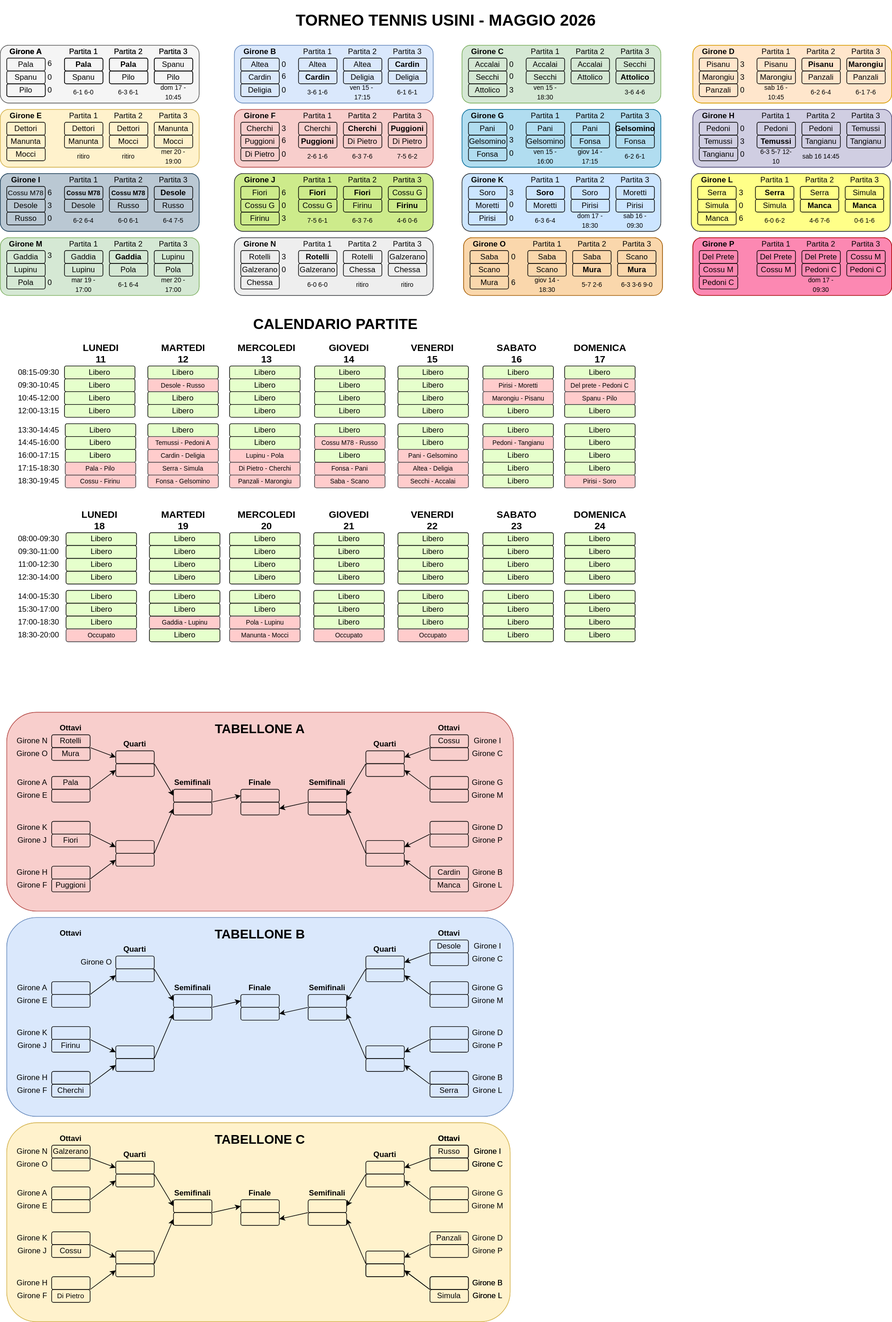
This is torneo-tennis-2026/tabellone.drawio.svg from cscalaresu/tornei, a draw.io export, as it was before one commit. Source tidied: cells renumbered, new cells last; positions are measured from the earlier drawing's top-left corner, leaving out a move shared by most shapes.
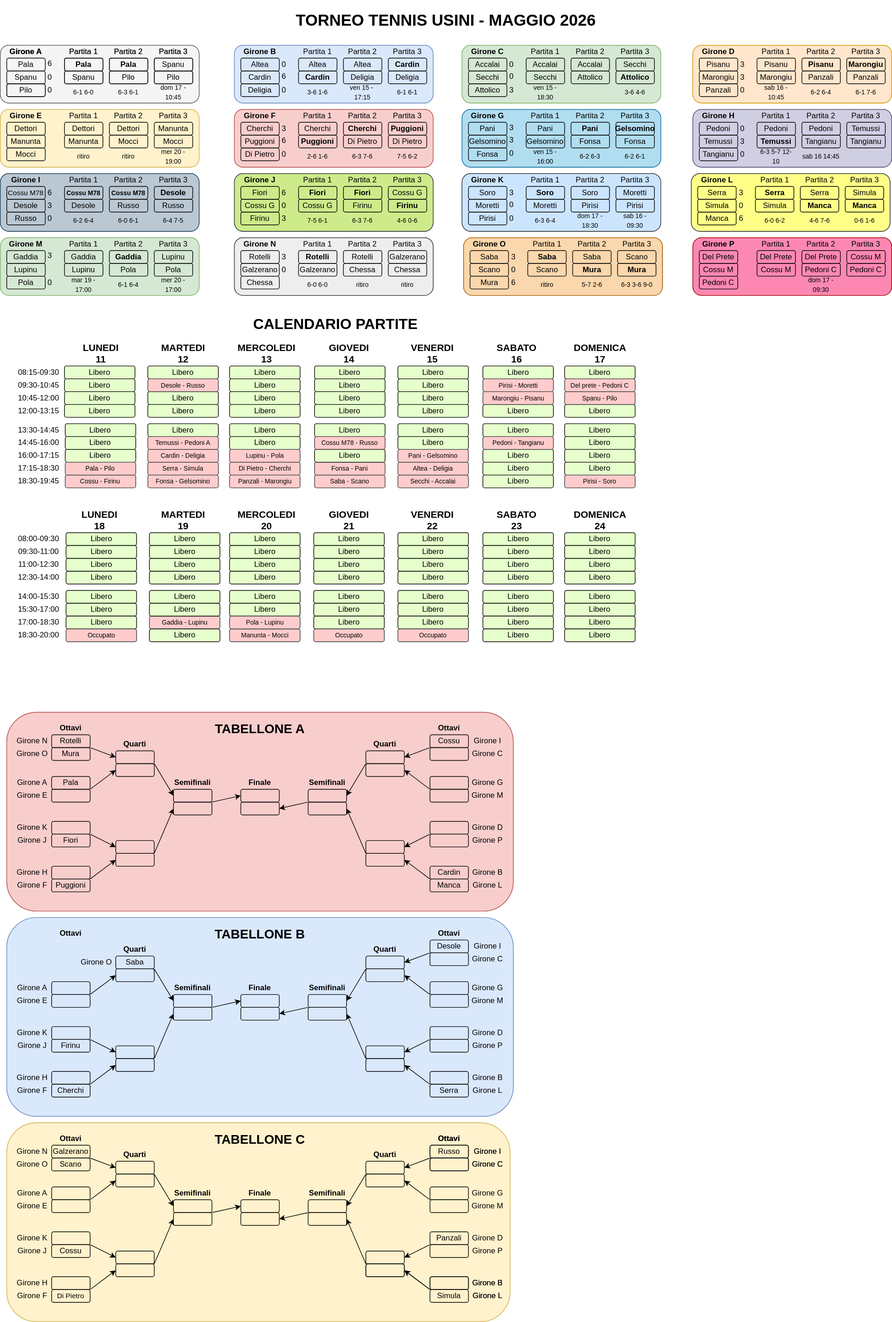
After the change.

Diff of the diagram source:
```diff
@@ -374,7 +374,7 @@
     <mxCell id="125" value="Pani" style="rounded=1;whiteSpace=wrap;html=1;fillColor=none;fontStyle=0;" parent="1" vertex="1">
       <mxGeometry x="820" y="190" width="60" height="20" as="geometry" />
     </mxCell>
-    <mxCell id="126" value="Pani" style="rounded=1;whiteSpace=wrap;html=1;fillColor=none;fontStyle=0;" parent="1" vertex="1">
+    <mxCell id="126" value="Pani" style="rounded=1;whiteSpace=wrap;html=1;fillColor=none;fontStyle=1;" parent="1" vertex="1">
       <mxGeometry x="890" y="190" width="60" height="20" as="geometry" />
     </mxCell>
     <mxCell id="127" value="Fonsa" style="rounded=1;whiteSpace=wrap;html=1;fillColor=none;fontStyle=0;" parent="1" vertex="1">
@@ -779,7 +779,7 @@
     <mxCell id="260" value="Mura" style="rounded=1;whiteSpace=wrap;html=1;fillColor=none;" parent="1" vertex="1">
       <mxGeometry x="732.5" y="430" width="60" height="20" as="geometry" />
     </mxCell>
-    <mxCell id="261" value="Saba" style="rounded=1;whiteSpace=wrap;html=1;fillColor=none;fontStyle=0;" parent="1" vertex="1">
+    <mxCell id="261" value="Saba" style="rounded=1;whiteSpace=wrap;html=1;fillColor=none;fontStyle=1;" parent="1" vertex="1">
       <mxGeometry x="822.5" y="390" width="60" height="20" as="geometry" />
     </mxCell>
     <mxCell id="262" value="Saba" style="rounded=1;whiteSpace=wrap;html=1;fillColor=none;fontStyle=0;" parent="1" vertex="1">
@@ -1702,7 +1702,7 @@
     <mxCell id="565" value="Girone L" style="text;html=1;align=center;verticalAlign=middle;whiteSpace=wrap;rounded=0;" parent="1" vertex="1">
       <mxGeometry x="730" y="1685" width="60" height="30" as="geometry" />
     </mxCell>
-    <mxCell id="566" value="&lt;div&gt;&lt;br&gt;&lt;/div&gt;" style="rounded=1;whiteSpace=wrap;html=1;fillColor=none;" parent="1" vertex="1">
+    <mxCell id="566" value="&lt;div&gt;Saba&lt;/div&gt;" style="rounded=1;whiteSpace=wrap;html=1;fillColor=none;" parent="1" vertex="1">
       <mxGeometry x="180" y="1490" width="60" height="20" as="geometry" />
     </mxCell>
     <mxCell id="567" value="&lt;div&gt;&lt;br&gt;&lt;/div&gt;" style="rounded=1;whiteSpace=wrap;html=1;fillColor=none;" parent="1" vertex="1">
@@ -1839,7 +1839,7 @@
     <mxCell id="610" value="&lt;span style=&quot;font-weight: normal;&quot;&gt;Galzerano&lt;/span&gt;" style="rounded=1;whiteSpace=wrap;html=1;fillColor=none;fontStyle=1;" parent="1" vertex="1">
       <mxGeometry x="80" y="1785" width="60" height="20" as="geometry" />
     </mxCell>
-    <mxCell id="611" style="rounded=1;whiteSpace=wrap;html=1;fillColor=none;fontStyle=1;" parent="1" vertex="1">
+    <mxCell id="611" value="&lt;span style=&quot;font-weight: normal;&quot;&gt;Scano&lt;/span&gt;" style="rounded=1;whiteSpace=wrap;html=1;fillColor=none;fontStyle=1;" parent="1" vertex="1">
       <mxGeometry x="80" y="1805" width="60" height="20" as="geometry" />
     </mxCell>
     <mxCell id="612" value="Girone N" style="text;html=1;align=center;verticalAlign=middle;whiteSpace=wrap;rounded=0;" parent="1" vertex="1">
@@ -2318,13 +2318,13 @@
     <mxCell id="768" value="&lt;font style=&quot;font-size: 10px;&quot;&gt;Saba - Scano&lt;/font&gt;" style="rounded=1;whiteSpace=wrap;html=1;fillColor=#ffcccc;strokeColor=#36393d;" parent="1" vertex="1">
       <mxGeometry x="490" y="740" width="110" height="20" as="geometry" />
     </mxCell>
-    <mxCell id="769" value="&lt;font size=&quot;1&quot;&gt;giov 14 - 18:30&lt;/font&gt;" style="text;html=1;whiteSpace=wrap;strokeColor=none;fillColor=none;align=center;verticalAlign=middle;rounded=0;" parent="1" vertex="1">
+    <mxCell id="769" value="&lt;font size=&quot;1&quot;&gt;ritiro&lt;/font&gt;" style="text;html=1;whiteSpace=wrap;strokeColor=none;fillColor=none;align=center;verticalAlign=middle;rounded=0;" parent="1" vertex="1">
       <mxGeometry x="822.5" y="430" width="60" height="25" as="geometry" />
     </mxCell>
     <mxCell id="770" value="&lt;font style=&quot;font-size: 10px;&quot;&gt;7-5 6-1&lt;/font&gt;" style="text;html=1;whiteSpace=wrap;strokeColor=none;fillColor=none;align=center;verticalAlign=middle;rounded=0;" parent="1" vertex="1">
       <mxGeometry x="465" y="330" width="60" height="25" as="geometry" />
     </mxCell>
-    <mxCell id="771" value="&lt;font style=&quot;font-size: 10px;&quot;&gt;giov 14 - 17:15&lt;/font&gt;" style="text;html=1;whiteSpace=wrap;strokeColor=none;fillColor=none;align=center;verticalAlign=middle;rounded=0;" parent="1" vertex="1">
+    <mxCell id="771" value="&lt;font style=&quot;font-size: 10px;&quot;&gt;6-2 6-3&lt;/font&gt;" style="text;html=1;whiteSpace=wrap;strokeColor=none;fillColor=none;align=center;verticalAlign=middle;rounded=0;" parent="1" vertex="1">
       <mxGeometry x="890" y="230" width="60" height="25" as="geometry" />
     </mxCell>
     <mxCell id="772" value="&lt;font style=&quot;font-size: 10px;&quot;&gt;dom 17 - 10:45&lt;/font&gt;" style="text;html=1;whiteSpace=wrap;strokeColor=none;fillColor=none;align=center;verticalAlign=middle;rounded=0;" parent="1" vertex="1">
@@ -2378,7 +2378,7 @@
     <mxCell id="788" value="0" style="text;html=1;whiteSpace=wrap;strokeColor=none;fillColor=none;align=center;verticalAlign=middle;rounded=0;" parent="1" vertex="1">
       <mxGeometry x="435" y="407.5" width="15" height="25" as="geometry" />
     </mxCell>
-    <mxCell id="789" value="0" style="text;html=1;whiteSpace=wrap;strokeColor=none;fillColor=none;align=center;verticalAlign=middle;rounded=0;" parent="1" vertex="1">
+    <mxCell id="789" value="3" style="text;html=1;whiteSpace=wrap;strokeColor=none;fillColor=none;align=center;verticalAlign=middle;rounded=0;" parent="1" vertex="1">
       <mxGeometry x="792.5" y="387.5" width="15" height="25" as="geometry" />
     </mxCell>
     <mxCell id="790" value="6" style="text;html=1;whiteSpace=wrap;strokeColor=none;fillColor=none;align=center;verticalAlign=middle;rounded=0;" parent="1" vertex="1">
@@ -2693,7 +2693,7 @@
     <mxCell id="893" value="0" style="text;html=1;whiteSpace=wrap;strokeColor=none;fillColor=none;align=center;verticalAlign=middle;rounded=0;" parent="1" vertex="1">
       <mxGeometry x="790" y="226.2" width="15" height="25" as="geometry" />
     </mxCell>
-    <mxCell id="894" value="0" style="text;html=1;whiteSpace=wrap;strokeColor=none;fillColor=none;align=center;verticalAlign=middle;rounded=0;" parent="1" vertex="1">
+    <mxCell id="894" value="3" style="text;html=1;whiteSpace=wrap;strokeColor=none;fillColor=none;align=center;verticalAlign=middle;rounded=0;" parent="1" vertex="1">
       <mxGeometry x="790" y="186.2" width="15" height="25" as="geometry" />
     </mxCell>
     <mxCell id="895" value="&lt;font style=&quot;font-size: 10px;&quot;&gt;Occupato&lt;/font&gt;" style="rounded=1;whiteSpace=wrap;html=1;fillColor=#ffcccc;strokeColor=#36393d;" parent="1" vertex="1">
@@ -2717,5 +2717,8 @@
     <mxCell id="901" value="&lt;font style=&quot;font-size: 10px;&quot;&gt;Pola - Lupinu&lt;/font&gt;" style="rounded=1;whiteSpace=wrap;html=1;fillColor=#ffcccc;strokeColor=#36393d;" parent="1" vertex="1">
       <mxGeometry x="357.5" y="960" width="110" height="20" as="geometry" />
     </mxCell>
+    <mxCell id="902" value="0" style="text;html=1;whiteSpace=wrap;strokeColor=none;fillColor=none;align=center;verticalAlign=middle;rounded=0;" parent="1" vertex="1">
+      <mxGeometry x="792.5" y="407.5" width="15" height="25" as="geometry" />
+    </mxCell>
   </root>
 </mxGraphModel>
```
